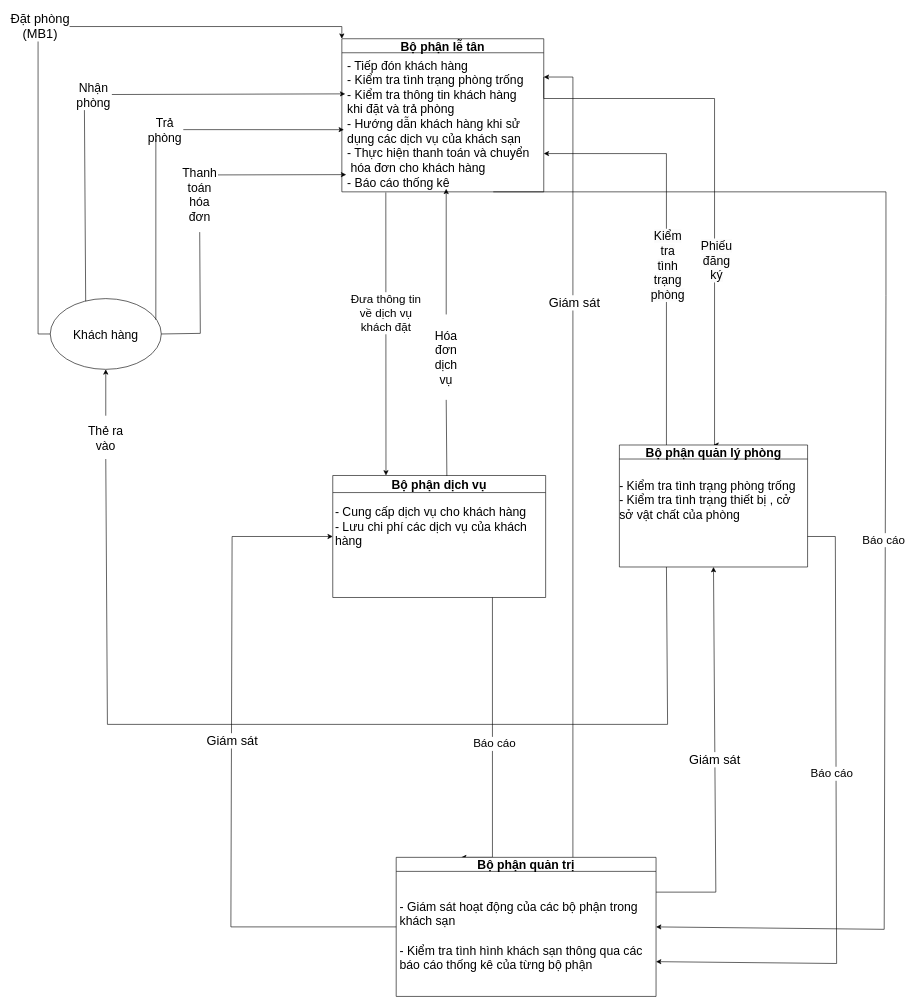
Earlier version of the draw.io diagram Biểu đồ không có tiêu đề.drawio (gakucode0602/Chart). Source tidied: cells renumbered, new cells numbered last; positions are measured from the earlier drawing's top-left corner, leaving out a move shared by most shapes. Both pictures are drawn from the tidied source at 61%, with x=0, y=0 at pixel (50, 38).
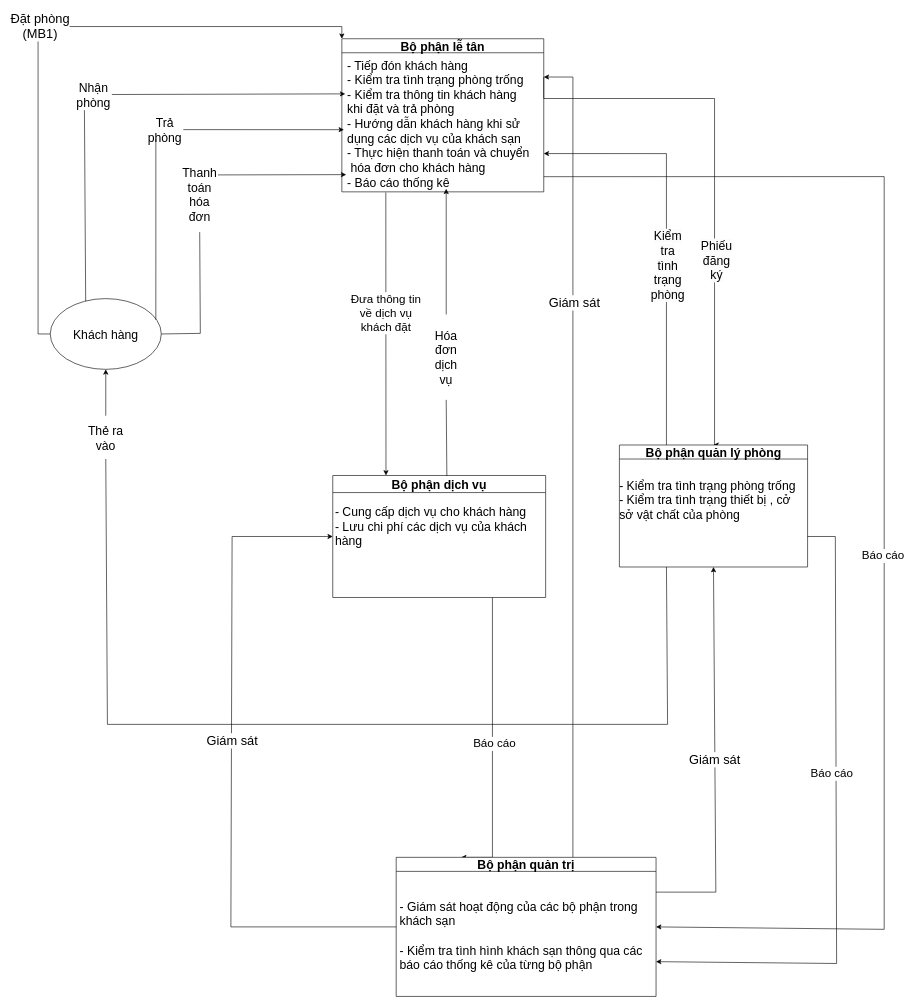
The same diagram, later.

Commit message:
Cập nhật Biểu đồ không có tiêu đề.drawio

Unchanged cells that the change refers to:
```xml
<mxCell id="9" value="Bộ phận lễ tân" style="swimlane;whiteSpace=wrap;html=1;spacing=0;fontSize=20;" parent="1" vertex="1">
  <mxGeometry x="477.9" width="331" height="251" as="geometry" />
</mxCell>
<mxCell id="10" value="- Tiếp đón khách hàng&lt;div style=&quot;font-size: 20px;&quot;&gt;- Kiểm tra tình trạng phòng trống&lt;/div&gt;&lt;div style=&quot;font-size: 20px;&quot;&gt;- Kiểm tra thông tin khách hàng&lt;br style=&quot;font-size: 20px;&quot;&gt;khi đặt và trả phòng&lt;/div&gt;&lt;div style=&quot;font-size: 20px;&quot;&gt;- Hướng dẫn khách hàng khi sử &lt;br style=&quot;font-size: 20px;&quot;&gt;dụng các dịch vụ của khách sạn&lt;/div&gt;&lt;div style=&quot;font-size: 20px;&quot;&gt;- Thực hiện thanh toán và chuyển&lt;br style=&quot;font-size: 20px;&quot;&gt;&amp;nbsp;hóa đơn cho khách hàng&lt;/div&gt;&lt;div style=&quot;font-size: 20px;&quot;&gt;- Báo cáo thống kê&lt;/div&gt;" style="text;html=1;align=left;verticalAlign=middle;points=[];strokeColor=none;fillColor=none;spacing=0;fontSize=20;" parent="9" vertex="1">
  <mxGeometry x="9" y="27" width="313" height="224" as="geometry" />
</mxCell>
<mxCell id="32" value="Bộ phận quản trị" style="swimlane;whiteSpace=wrap;html=1;spacing=0;fontSize=20;" parent="1" vertex="1">
  <mxGeometry x="567" y="1342" width="426" height="228" as="geometry" />
</mxCell>
```

Diff of the diagram source:
```diff
@@
-    <mxCell id="34" style="endArrow=classic;html=1;rounded=0;exitX=0.75;exitY=1;exitDx=0;exitDy=0;entryX=1;entryY=0.5;entryDx=0;entryDy=0;" parent="1" edge="1" source="9" target="32">
+    <mxCell id="34" style="endArrow=classic;html=1;rounded=0;exitX=1.029;exitY=0.889;exitDx=0;exitDy=0;entryX=1;entryY=0.5;entryDx=0;entryDy=0;exitPerimeter=0;" parent="1" edge="1" source="10" target="32">
       <mxGeometry relative="1" as="geometry">
         <Array as="points">
-          <mxPoint x="1369.9" y="251" />
-          <mxPoint x="1369.9" y="421" />
+          <mxPoint x="1367" y="226" />
           <mxPoint x="1367" y="1460" />
         </Array>
       </mxGeometry>
     </mxCell>
```
